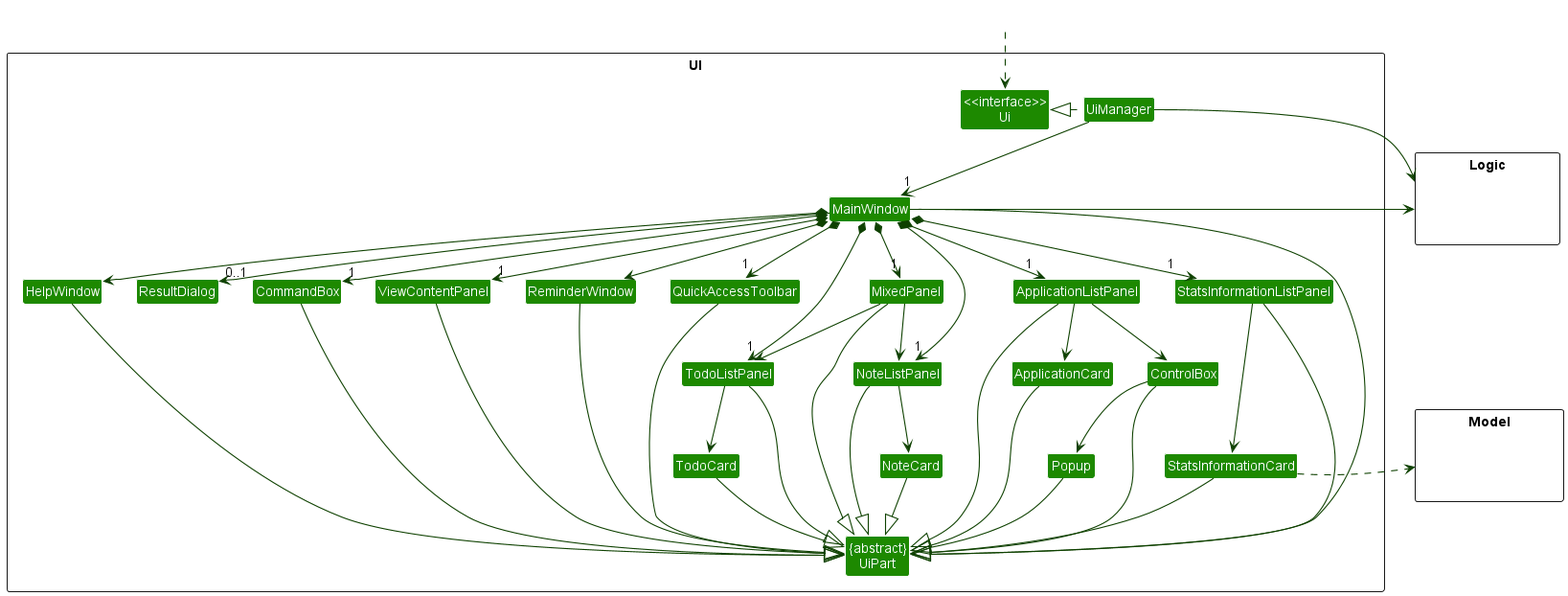
This is docs/images/UiClassDiagram.png from nus-cs2103-AY2223S2/tp, a PlantUML export, as it was before one commit.
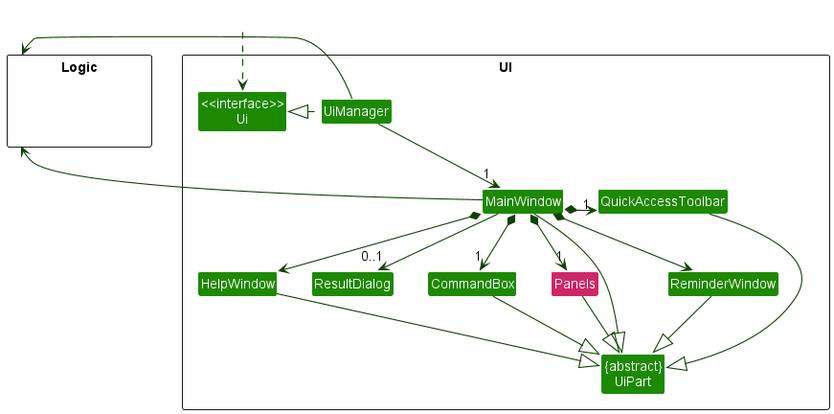
After the change.

The edit, as a diff of the source:
```diff
@@ -10,26 +10,11 @@
 Class UiManager
 Class MainWindow
 Class HelpWindow
-Class MixedPanel
-Class StatsInformationListPanel
-Class StatsInformationCard
+Class ReminderWindow
 Class CommandBox
 Class ResultDialog
-Class ReminderWindow
-Class ViewContentPanel
+Class Panels #CF2765
 Class QuickAccessToolbar
-Class ControlBox
-Class Popup
-Class ApplicationListPanel
-Class ApplicationCard
-Class TodoListPanel
-Class NoteListPanel
-Class TodoCard
-Class NoteCard
-}
-
-package Model <<Rectangle>> {
-Class HiddenModel #FFFFFF
 }
 
 package Logic <<Rectangle>> {
@@ -42,58 +27,27 @@
 UiManager .left.|> Ui
 UiManager -down-> "1" MainWindow
 MainWindow *-down->  "1" CommandBox
-MainWindow *-down-> "1" MixedPanel
-MainWindow *-down-> "1" StatsInformationListPanel
 MainWindow *-down-> HelpWindow
+MainWindow *-down-> ReminderWindow
 MainWindow --> "0..1" ResultDialog
-MainWindow *-down-> ReminderWindow
-MainWindow *-down-> "1" ViewContentPanel
+MainWindow *-down-> "1" Panels
 MainWindow *-down-> "1" QuickAccessToolbar
-MainWindow *-down-> "1" ApplicationListPanel
-MainWindow *-down-> "1" TodoListPanel
-MainWindow *-down-> "1" NoteListPanel
 
 MainWindow --|> UiPart
 CommandBox --|> UiPart
-StatsInformationListPanel --|> UiPart
-MixedPanel --|> UiPart
 HelpWindow --|> UiPart
-StatsInformationCard --|> UiPart
-TodoCard --|> UiPart
-NoteCard --|> UiPart
 ReminderWindow --|> UiPart
-ViewContentPanel --|> UiPart
+Panels --|> UiPart
 QuickAccessToolbar --|> UiPart
-ApplicationListPanel --|> UiPart
-TodoListPanel --|> UiPart
-NoteListPanel --|> UiPart
-ControlBox --|> UiPart
-Popup --|> UiPart
-ApplicationCard --|> UiPart
 
-MixedPanel -down-> TodoListPanel
-MixedPanel -down-> NoteListPanel
-StatsInformationListPanel -down-> StatsInformationCard
-TodoListPanel -down-> TodoCard
-NoteListPanel -down-> NoteCard
-ApplicationListPanel -down-> ControlBox
-ApplicationListPanel -down-> ApplicationCard
-ControlBox -down-> Popup
-
-StatsInformationCard .right.> Model
-UiManager -right-> Logic
+UiManager -left-> Logic
 MainWindow -left-> Logic
 
 HelpWindow -[hidden]right- ResultDialog
 ResultDialog -[hidden]right- CommandBox
-CommandBox -[hidden]right- ViewContentPanel
-ViewContentPanel -[hidden]right- ReminderWindow
-ReminderWindow -[hidden]right- QuickAccessToolbar
-QuickAccessToolbar -[hidden]right- ApplicationListPanel
-ApplicationListPanel -[hidden]right- StatsInformationListPanel
-MixedPanel -[hidden]right- StatsInformationListPanel
+CommandBox -[hidden]right- Panels
 MainWindow -[hidden]right- QuickAccessToolbar
-ApplicationCard -[hidden]right- ControlBox
+UiManager -[hidden]down- Logic
 
 MainWindow -[hidden]-|> UiPart
 @enduml
```
